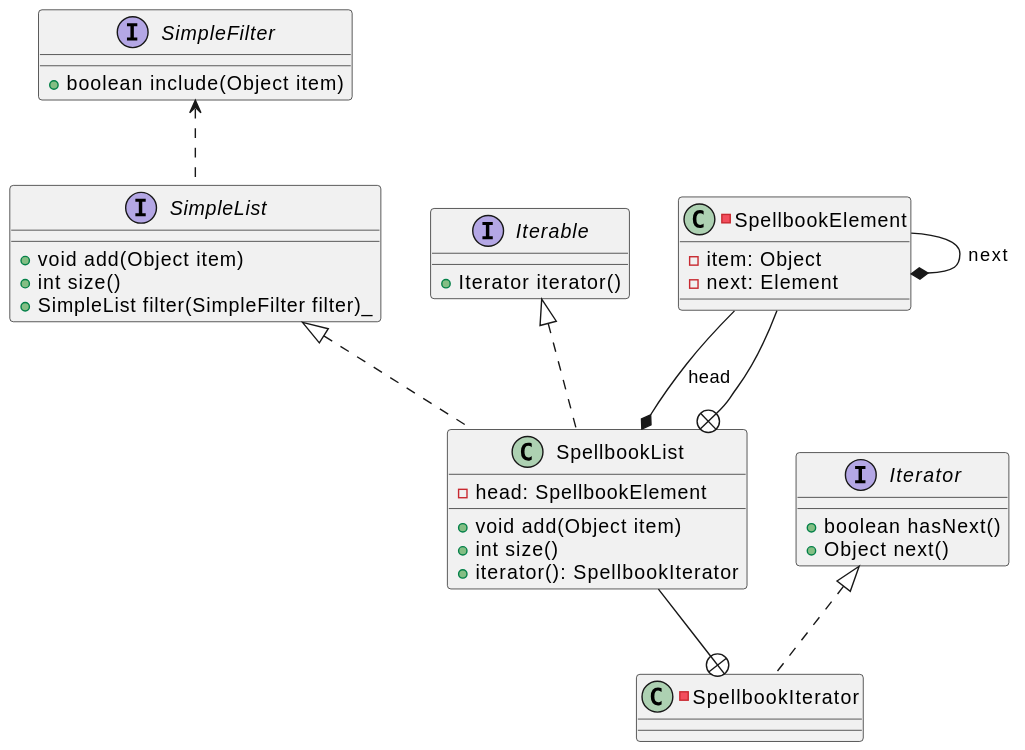
Before: assets/class-spec.svg, a diagram exported from PlantUML (dustin2023/HarryPotter).
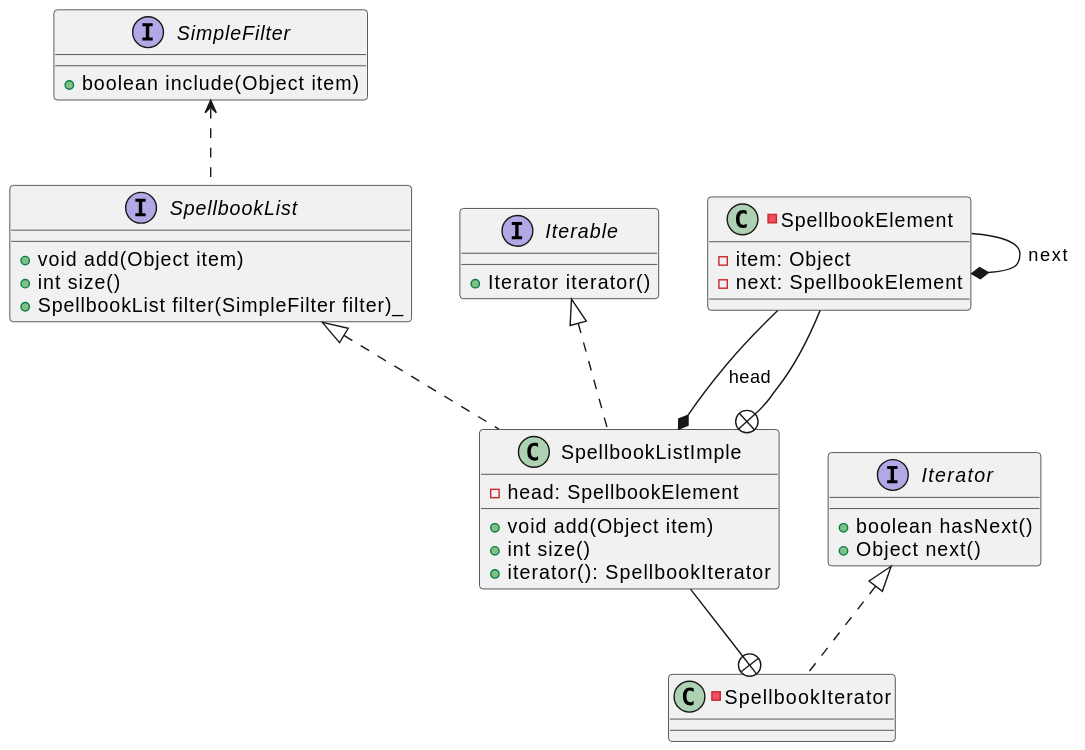
After the change.

The edit, as a diff of the source:
```diff
@@ -13,13 +13,13 @@
 }
 
 
-interface SimpleList {
+interface SpellbookList {
     +void add(Object item)
     +int size()
-    +SimpleList filter(SimpleFilter filter)_
+    +SpellbookList filter(SimpleFilter filter)_
 }
 
-class SpellbookList implements SimpleList, Iterable {
+class SpellbookListImple implements SpellbookList, Iterable {
     - head: SpellbookElement
 
     +void add(Object item)
@@ -32,12 +32,12 @@
 
 -class SpellbookElement {
 	-item: Object
-    -next: Element
+    -next: SpellbookElement
 }
 
-SpellbookElement --* SpellbookList : head
+SpellbookElement --* SpellbookListImple : head
 SpellbookElement --* SpellbookElement : next
-SpellbookElement --+ SpellbookList
-SimpleFilter <.. SimpleList
-SpellbookList --+ SpellbookIterator
+SpellbookElement --+ SpellbookListImple
+SimpleFilter <.. SpellbookList
+SpellbookListImple --+ SpellbookIterator
 @enduml
```
